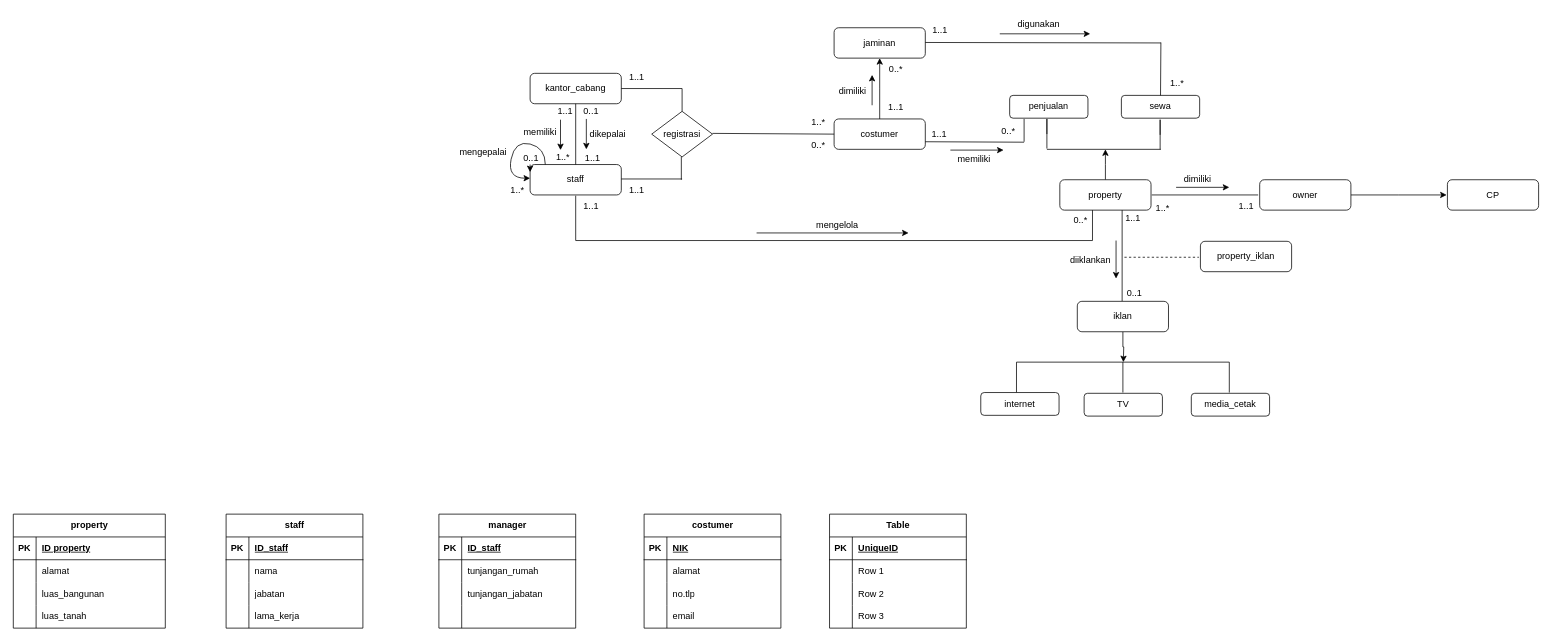
This is Untitled Diagram.drawio from Usri-Yusron/kumpulan-tugas-kuliah, a draw.io file, before an edit. Source tidied: cells renumbered, new cells numbered last; positions are measured from the earlier drawing's top-left corner, leaving out a move shared by most shapes. Both pictures are drawn from the tidied source at 76%, with x=0, y=0 at pixel (13, 13).
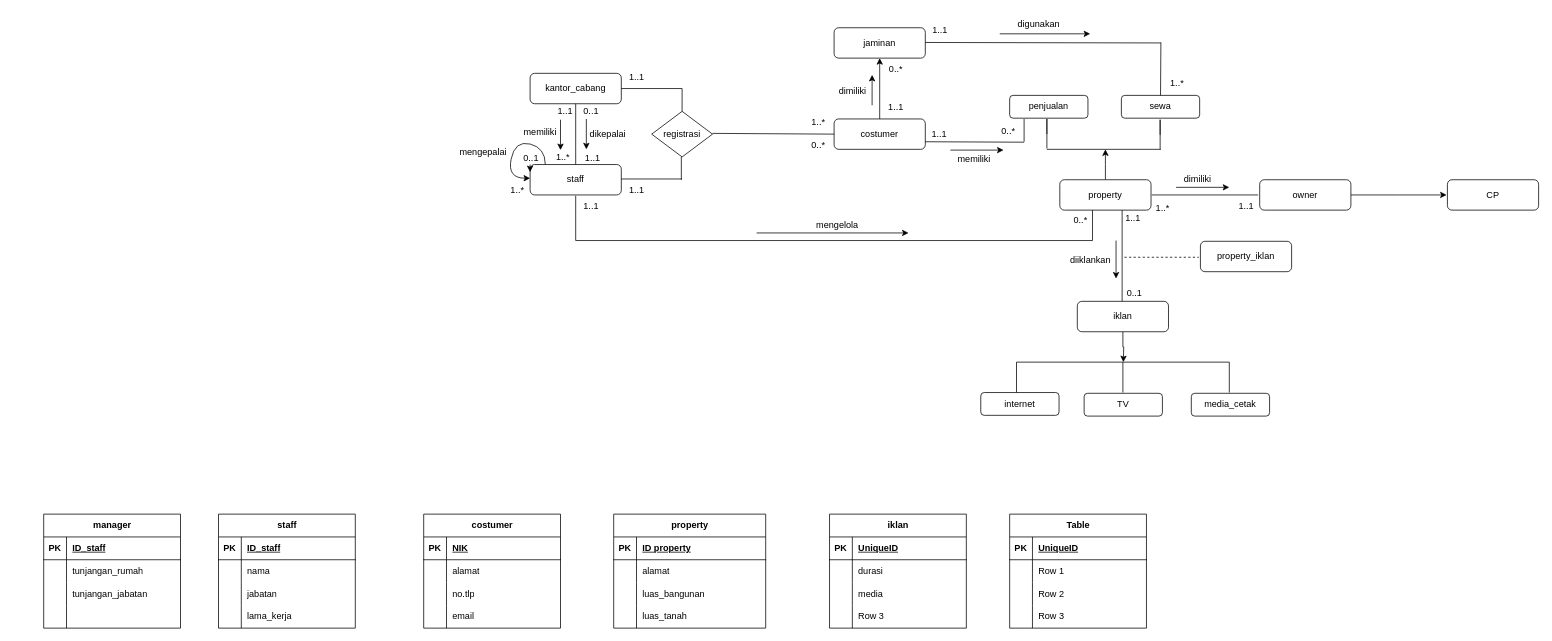
After the change.

Unchanged cells that the change refers to:
```xml
<mxCell id="141" style="shape=tableRow;horizontal=0;startSize=0;swimlaneHead=0;swimlaneBody=0;fillColor=none;top=0;left=0;right=0;bottom=0;" parent="137" vertex="1">
  <mxGeometry y="60" width="180" height="30" as="geometry" />
</mxCell>
<mxCell id="144" style="shape=tableRow;horizontal=0;startSize=0;swimlaneHead=0;swimlaneBody=0;fillColor=none;top=0;left=0;right=0;bottom=0;" parent="137" vertex="1">
  <mxGeometry y="90" width="180" height="30" as="geometry" />
</mxCell>
```

Diff of the diagram source:
```diff
@@
     <mxCell id="85" value="property" style="shape=table;startSize=30;childLayout=tableLayout;rowLines=0;fontStyle=1;align=center;html=1;" parent="1" vertex="1">
-      <mxGeometry y="659" width="200" height="150" as="geometry" />
+      <mxGeometry x="790" y="659" width="200" height="150" as="geometry" />
     </mxCell>
@@
     <mxCell id="98" value="staff" style="shape=table;startSize=30;childLayout=tableLayout;rowLines=0;fontStyle=1;align=center;html=1;" parent="1" vertex="1">
-      <mxGeometry x="280" y="659" width="180" height="150" as="geometry" />
+      <mxGeometry x="270" y="659" width="180" height="150" as="geometry" />
     </mxCell>
@@
     <mxCell id="111" value="manager" style="shape=table;startSize=30;childLayout=tableLayout;rowLines=0;fontStyle=1;align=center;html=1;" parent="1" vertex="1">
-      <mxGeometry x="560" y="659" width="180" height="150" as="geometry" />
+      <mxGeometry x="40" y="659" width="180" height="150" as="geometry" />
     </mxCell>
@@
     <mxCell id="124" value="costumer" style="shape=table;startSize=30;childLayout=tableLayout;rowLines=0;fontStyle=1;align=center;html=1;" parent="1" vertex="1">
-      <mxGeometry x="830" y="659" width="180" height="150" as="geometry" />
+      <mxGeometry x="540" y="659" width="180" height="150" as="geometry" />
     </mxCell>
@@
-    <mxCell id="137" value="Table" style="shape=table;startSize=30;childLayout=tableLayout;rowLines=0;fontStyle=1;align=center;html=1;" parent="1" vertex="1">
+    <mxCell id="137" value="iklan" style="shape=table;startSize=30;childLayout=tableLayout;rowLines=0;fontStyle=1;align=center;html=1;" parent="1" vertex="1">
       <mxGeometry x="1074" y="659" width="180" height="150" as="geometry" />
     </mxCell>
@@
-    <mxCell id="143" value="Row 1" style="shape=partialRectangle;fillColor=none;top=0;left=0;bottom=0;right=0;align=left;spacingLeft=6;overflow=hidden;whiteSpace=wrap;html=1;" parent="141" vertex="1">
+    <mxCell id="143" value="durasi" style="shape=partialRectangle;fillColor=none;top=0;left=0;bottom=0;right=0;align=left;spacingLeft=6;overflow=hidden;whiteSpace=wrap;html=1;" parent="141" vertex="1">
       <mxGeometry x="30" width="150" height="30" as="geometry" />
     </mxCell>
@@
-    <mxCell id="146" value="Row 2" style="shape=partialRectangle;fillColor=none;top=0;left=0;bottom=0;right=0;align=left;spacingLeft=6;overflow=hidden;whiteSpace=wrap;html=1;" parent="144" vertex="1">
+    <mxCell id="146" value="media" style="shape=partialRectangle;fillColor=none;top=0;left=0;bottom=0;right=0;align=left;spacingLeft=6;overflow=hidden;whiteSpace=wrap;html=1;" parent="144" vertex="1">
       <mxGeometry x="30" width="150" height="30" as="geometry" />
     </mxCell>
@@
+    <mxCell id="150" value="Table" style="shape=table;startSize=30;childLayout=tableLayout;rowLines=0;fontStyle=1;align=center;html=1;" parent="1" vertex="1">
+      <mxGeometry x="1311" y="659" width="180" height="150" as="geometry" />
+    </mxCell>
+    <mxCell id="151" style="shape=tableRow;horizontal=0;startSize=0;swimlaneHead=0;swimlaneBody=0;fillColor=none;top=0;left=0;right=0;bottom=1;" parent="150" vertex="1">
+      <mxGeometry y="30" width="180" height="30" as="geometry" />
+    </mxCell>
+    <mxCell id="152" value="PK" style="shape=partialRectangle;fillColor=none;top=0;left=0;bottom=0;right=0;fontStyle=1;overflow=hidden;whiteSpace=wrap;html=1;" parent="151" vertex="1">
+      <mxGeometry width="30" height="30" as="geometry" />
+    </mxCell>
+    <mxCell id="153" value="UniqueID" style="shape=partialRectangle;fillColor=none;top=0;left=0;bottom=0;right=0;align=left;spacingLeft=6;fontStyle=5;overflow=hidden;whiteSpace=wrap;html=1;" parent="151" vertex="1">
+      <mxGeometry x="30" width="150" height="30" as="geometry" />
+    </mxCell>
+    <mxCell id="154" style="shape=tableRow;horizontal=0;startSize=0;swimlaneHead=0;swimlaneBody=0;fillColor=none;top=0;left=0;right=0;bottom=0;" parent="150" vertex="1">
+      <mxGeometry y="60" width="180" height="30" as="geometry" />
+    </mxCell>
+    <mxCell id="155" style="shape=partialRectangle;fillColor=none;top=0;left=0;bottom=0;right=0;overflow=hidden;whiteSpace=wrap;html=1;" parent="154" vertex="1">
+      <mxGeometry width="30" height="30" as="geometry" />
+    </mxCell>
+    <mxCell id="156" value="Row 1" style="shape=partialRectangle;fillColor=none;top=0;left=0;bottom=0;right=0;align=left;spacingLeft=6;overflow=hidden;whiteSpace=wrap;html=1;" parent="154" vertex="1">
+      <mxGeometry x="30" width="150" height="30" as="geometry" />
+    </mxCell>
+    <mxCell id="157" style="shape=tableRow;horizontal=0;startSize=0;swimlaneHead=0;swimlaneBody=0;fillColor=none;top=0;left=0;right=0;bottom=0;" parent="150" vertex="1">
+      <mxGeometry y="90" width="180" height="30" as="geometry" />
+    </mxCell>
+    <mxCell id="158" style="shape=partialRectangle;fillColor=none;top=0;left=0;bottom=0;right=0;overflow=hidden;whiteSpace=wrap;html=1;" parent="157" vertex="1">
+      <mxGeometry width="30" height="30" as="geometry" />
+    </mxCell>
+    <mxCell id="159" value="Row 2" style="shape=partialRectangle;fillColor=none;top=0;left=0;bottom=0;right=0;align=left;spacingLeft=6;overflow=hidden;whiteSpace=wrap;html=1;" parent="157" vertex="1">
+      <mxGeometry x="30" width="150" height="30" as="geometry" />
+    </mxCell>
+    <mxCell id="160" style="shape=tableRow;horizontal=0;startSize=0;swimlaneHead=0;swimlaneBody=0;fillColor=none;top=0;left=0;right=0;bottom=0;" parent="150" vertex="1">
+      <mxGeometry y="120" width="180" height="30" as="geometry" />
+    </mxCell>
+    <mxCell id="161" style="shape=partialRectangle;fillColor=none;top=0;left=0;bottom=0;right=0;overflow=hidden;whiteSpace=wrap;html=1;" parent="160" vertex="1">
+      <mxGeometry width="30" height="30" as="geometry" />
+    </mxCell>
+    <mxCell id="162" value="Row 3" style="shape=partialRectangle;fillColor=none;top=0;left=0;bottom=0;right=0;align=left;spacingLeft=6;overflow=hidden;whiteSpace=wrap;html=1;" parent="160" vertex="1">
+      <mxGeometry x="30" width="150" height="30" as="geometry" />
+    </mxCell>
```
